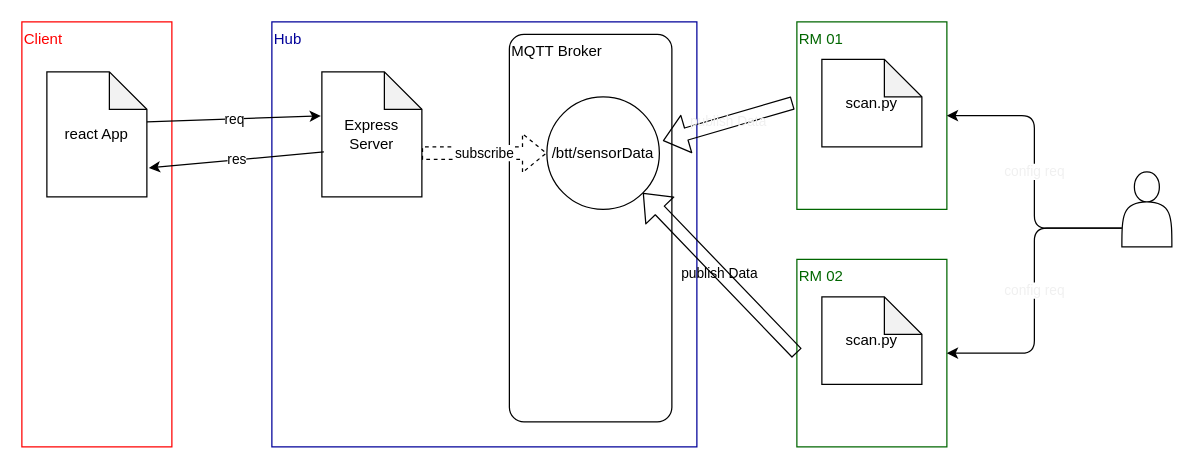
Above: documentation/architecture-overview.drawio in JuliusH4/bluetooth-tracking (draw.io), before the change. Source tidied: cells renumbered, new cells numbered last; positions are measured from the earlier drawing's top-left corner, leaving out a move shared by most shapes. Both pictures are drawn from the tidied source at 125%, with x=0, y=0 at pixel (21, 21).
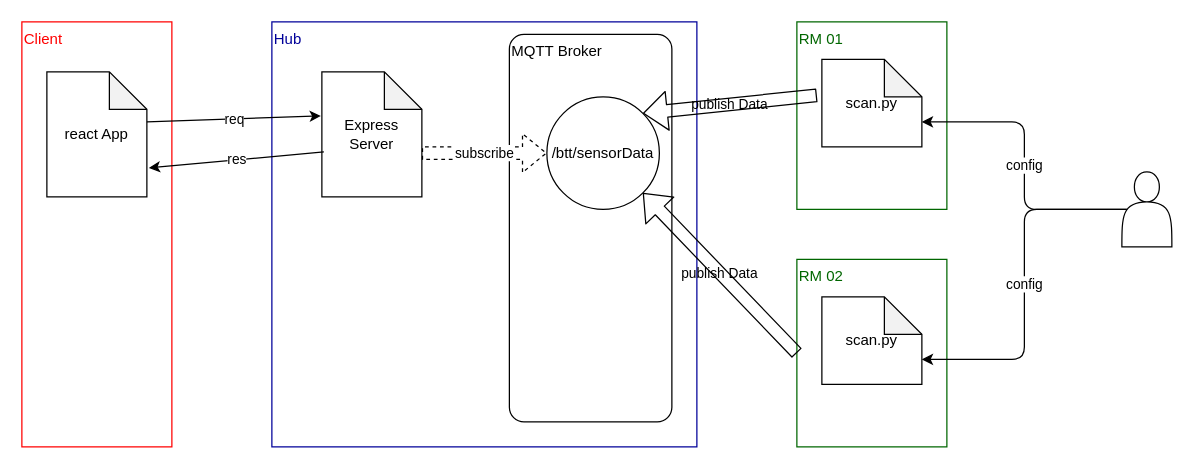
After the change.

The edit, as a diff of the source:
```diff
@@
 <mxGraphModel>
   <root>
     <mxCell id="0" />
     <mxCell id="1" parent="0" />
     <mxCell id="2" value="&lt;div&gt;&lt;span&gt;&lt;font color=&quot;#ff0000&quot;&gt;Client&lt;/font&gt;&lt;/span&gt;&lt;/div&gt;" style="rounded=0;whiteSpace=wrap;html=1;align=left;verticalAlign=top;strokeColor=#FF0000;" parent="1" vertex="1">
       <mxGeometry width="120" height="340" as="geometry" />
     </mxCell>
     <mxCell id="3" value="&lt;div&gt;&lt;span&gt;&lt;font color=&quot;#000099&quot;&gt;Hub&lt;/font&gt;&lt;/span&gt;&lt;/div&gt;" style="rounded=0;whiteSpace=wrap;html=1;align=left;verticalAlign=top;strokeColor=#000099;" parent="1" vertex="1">
       <mxGeometry x="200" width="340" height="340" as="geometry" />
     </mxCell>
     <mxCell id="4" value="&lt;div&gt;&lt;span&gt;&lt;font color=&quot;#006600&quot;&gt;RM 02&lt;/font&gt;&lt;/span&gt;&lt;/div&gt;" style="rounded=0;whiteSpace=wrap;html=1;align=left;verticalAlign=top;strokeColor=#006600;" parent="1" vertex="1">
       <mxGeometry x="620" y="190" width="120" height="150" as="geometry" />
     </mxCell>
     <mxCell id="5" value="&lt;div&gt;&lt;span&gt;&lt;font color=&quot;#006600&quot;&gt;RM 01&lt;/font&gt;&lt;/span&gt;&lt;/div&gt;" style="rounded=0;whiteSpace=wrap;html=1;align=left;verticalAlign=top;strokeColor=#006600;" parent="1" vertex="1">
       <mxGeometry x="620" width="120" height="150" as="geometry" />
     </mxCell>
     <mxCell id="6" value="MQTT Broker" style="rounded=1;whiteSpace=wrap;html=1;align=left;verticalAlign=top;arcSize=9;" parent="1" vertex="1">
       <mxGeometry x="390" y="10" width="130" height="310" as="geometry" />
     </mxCell>
     <mxCell id="7" value="/btt/sensorData" style="ellipse;whiteSpace=wrap;html=1;" parent="1" vertex="1">
       <mxGeometry x="420" y="60" width="90" height="90" as="geometry" />
     </mxCell>
-    <mxCell id="8" value="publish Data" style="shape=flexArrow;endArrow=classic;html=1;entryX=1.031;entryY=0.391;entryDx=0;entryDy=0;entryPerimeter=0;exitX=-0.027;exitY=0.432;exitDx=0;exitDy=0;exitPerimeter=0;fontColor=#F0F0F0;labelBackgroundColor=none;" parent="1" edge="1" source="5" target="7">
-      <mxGeometry relative="1" as="geometry" />
-    </mxCell>
     <mxCell id="9" value="publish Data" style="shape=flexArrow;endArrow=classic;html=1;exitX=0;exitY=0.5;exitDx=0;exitDy=0;entryX=1;entryY=1;entryDx=0;entryDy=0;strokeColor=default;labelBackgroundColor=none;" parent="1" edge="1" source="4" target="7">
       <mxGeometry relative="1" as="geometry" />
     </mxCell>
     <mxCell id="10" value="scan.py" style="shape=note;whiteSpace=wrap;html=1;backgroundOutline=1;darkOpacity=0.05;" parent="1" vertex="1">
       <mxGeometry x="640" y="30" width="80" height="70" as="geometry" />
     </mxCell>
     <mxCell id="11" value="scan.py" style="shape=note;whiteSpace=wrap;html=1;backgroundOutline=1;darkOpacity=0.05;" parent="1" vertex="1">
       <mxGeometry x="640" y="220" width="80" height="70" as="geometry" />
     </mxCell>
     <mxCell id="12" value="react App" style="shape=note;whiteSpace=wrap;html=1;backgroundOutline=1;darkOpacity=0.05;" parent="1" vertex="1">
       <mxGeometry x="20" y="40" width="80" height="100" as="geometry" />
     </mxCell>
     <mxCell id="13" value="Express&lt;br&gt;Server" style="shape=note;whiteSpace=wrap;html=1;backgroundOutline=1;darkOpacity=0.05;" parent="1" vertex="1">
       <mxGeometry x="240" y="40" width="80" height="100" as="geometry" />
     </mxCell>
     <mxCell id="14" value="req" style="endArrow=classic;html=1;exitX=1;exitY=0.4;exitDx=0;exitDy=0;exitPerimeter=0;entryX=-0.01;entryY=0.352;entryDx=0;entryDy=0;entryPerimeter=0;" parent="1" edge="1" source="12" target="13">
       <mxGeometry relative="1" as="geometry" />
     </mxCell>
     <mxCell id="15" value="res" style="endArrow=classic;html=1;exitX=0.02;exitY=0.64;exitDx=0;exitDy=0;exitPerimeter=0;entryX=1.02;entryY=0.768;entryDx=0;entryDy=0;entryPerimeter=0;" parent="1" edge="1" source="13" target="12">
       <mxGeometry relative="1" as="geometry" />
     </mxCell>
     <mxCell id="16" value="subscribe" style="shape=flexArrow;endArrow=classic;html=1;exitX=0;exitY=0;exitDx=80;exitDy=65;exitPerimeter=0;entryX=0;entryY=0.5;entryDx=0;entryDy=0;dashed=1;" parent="1" edge="1" source="13" target="7">
       <mxGeometry relative="1" as="geometry" />
     </mxCell>
-    <mxCell id="17" value="config req" style="edgeStyle=orthogonalEdgeStyle;html=1;exitX=0;exitY=0.75;exitDx=0;exitDy=0;entryX=1;entryY=0.5;entryDx=0;entryDy=0;fontColor=#F0F0F0;strokeColor=default;" parent="1" edge="1" source="18" target="4">
-      <mxGeometry relative="1" as="geometry" />
-    </mxCell>
+    <mxCell id="20" value="config" style="edgeStyle=elbowEdgeStyle;html=1;exitX=0.1;exitY=0.5;exitDx=0;exitDy=0;exitPerimeter=0;entryX=0;entryY=0;entryDx=80;entryDy=50;entryPerimeter=0;" parent="1" edge="1" source="18" target="10">
+      <mxGeometry relative="1" as="geometry" />
+    </mxCell>
+    <mxCell id="21" value="config" style="edgeStyle=elbowEdgeStyle;html=1;exitX=0.1;exitY=0.5;exitDx=0;exitDy=0;exitPerimeter=0;entryX=0;entryY=0;entryDx=80;entryDy=50;entryPerimeter=0;" parent="1" edge="1" source="18" target="11">
+      <mxGeometry relative="1" as="geometry" />
+    </mxCell>
     <mxCell id="18" style="shape=actor;whiteSpace=wrap;html=1;" parent="1" vertex="1">
       <mxGeometry x="880" y="120" width="40" height="60" as="geometry" />
     </mxCell>
-    <mxCell id="19" value="config req" style="endArrow=classic;html=1;fontColor=#F0F0F0;exitX=0;exitY=0.75;exitDx=0;exitDy=0;entryX=1;entryY=0.5;entryDx=0;entryDy=0;edgeStyle=orthogonalEdgeStyle;" parent="1" edge="1" source="18" target="5">
-      <mxGeometry relative="1" as="geometry" />
-    </mxCell>
+    <mxCell id="8" value="publish Data" style="shape=flexArrow;endArrow=classic;html=1;exitX=-0.05;exitY=0.411;exitDx=0;exitDy=0;entryX=1;entryY=0;entryDx=0;entryDy=0;strokeColor=default;labelBackgroundColor=none;exitPerimeter=0;" parent="1" edge="1" source="10" target="7">
+      <mxGeometry relative="1" as="geometry" />
+    </mxCell>
   </root>
 </mxGraphModel>
```
